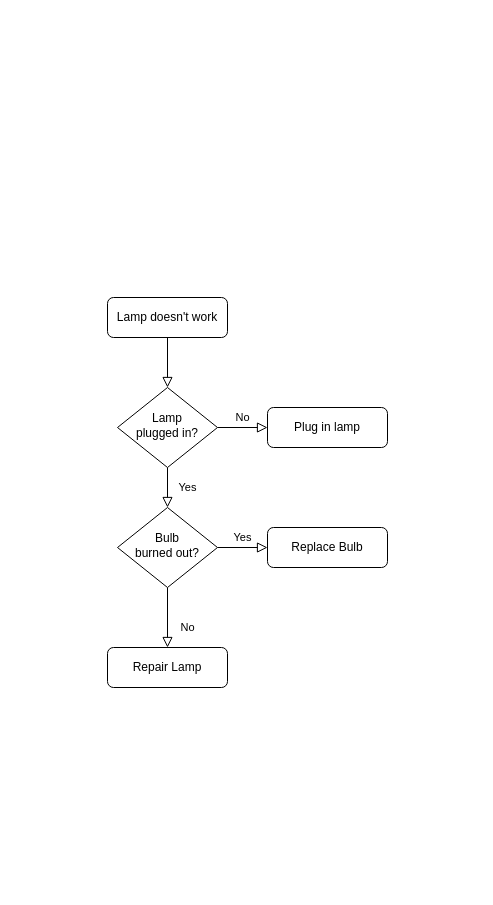
swaleha/FlowCharts keeps this draw.io diagram as hangman.drawio. Above is the earlier version. Source tidied: cells renumbered, new cells numbered last; positions are measured from the earlier drawing's top-left corner, leaving out a move shared by most shapes. Both pictures are drawn from the tidied source at 100%, with x=0, y=0 at pixel (107, 297).
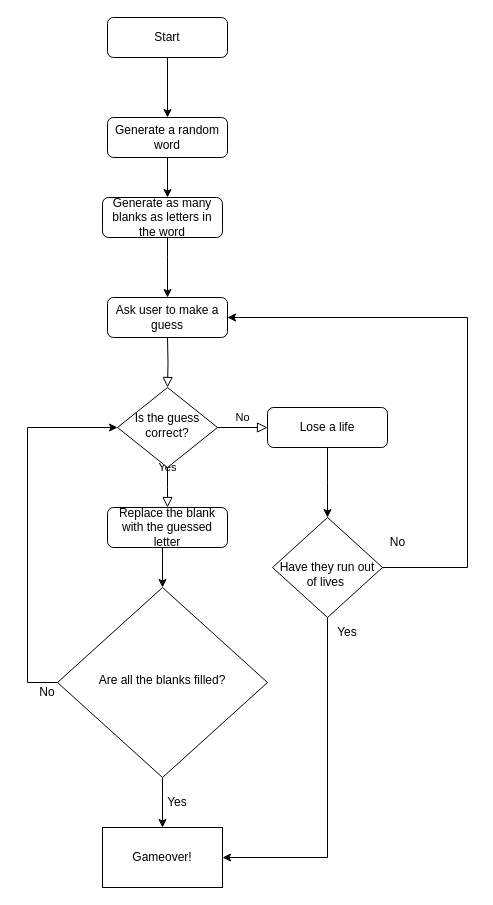
After the change.

Change to the diagram source:
```diff
@@
-    <mxCell id="2" style="rounded=0;html=1;jettySize=auto;fontSize=11;endArrow=block;endFill=0;endSize=8;strokeWidth=1;shadow=0;labelBackgroundColor=none;edgeStyle=orthogonalEdgeStyle;" parent="1" edge="1" source="3" target="6">
-      <mxGeometry relative="1" as="geometry" />
+    <mxCell id="2" style="rounded=0;html=1;jettySize=auto;fontSize=11;endArrow=block;endFill=0;endSize=8;strokeWidth=1;shadow=0;labelBackgroundColor=none;edgeStyle=orthogonalEdgeStyle;" parent="1" edge="1" target="6">
+      <mxGeometry relative="1" as="geometry">
+        <mxPoint x="60" y="40" as="sourcePoint" />
+      </mxGeometry>
     </mxCell>
-    <mxCell id="3" value="Lamp doesn't work" style="rounded=1;whiteSpace=wrap;html=1;fontSize=12;glass=0;strokeWidth=1;shadow=0;" parent="1" vertex="1">
+    <mxCell id="3" value="Ask user to make a guess" style="rounded=1;whiteSpace=wrap;html=1;fontSize=12;glass=0;strokeWidth=1;shadow=0;" parent="1" vertex="1">
       <mxGeometry width="120" height="40" as="geometry" />
     </mxCell>
-    <mxCell id="4" value="Yes" style="rounded=0;html=1;jettySize=auto;fontSize=11;endArrow=block;endFill=0;endSize=8;strokeWidth=1;shadow=0;labelBackgroundColor=none;edgeStyle=orthogonalEdgeStyle;" parent="1" edge="1" source="6" target="10">
-      <mxGeometry y="20" relative="1" as="geometry" />
+    <mxCell id="4" value="Yes" style="rounded=0;html=1;jettySize=auto;fontSize=11;endArrow=block;endFill=0;endSize=8;strokeWidth=1;shadow=0;labelBackgroundColor=none;edgeStyle=orthogonalEdgeStyle;" parent="1" edge="1" source="6">
+      <mxGeometry y="20" relative="1" as="geometry">
+        <mxPoint x="60" y="210" as="targetPoint" />
+      </mxGeometry>
     </mxCell>
@@
-    <mxCell id="6" value="Lamp&lt;br&gt;plugged in?" style="rhombus;whiteSpace=wrap;html=1;shadow=0;fontFamily=Helvetica;fontSize=12;align=center;strokeWidth=1;spacing=6;spacingTop=-4;" parent="1" vertex="1">
+    <mxCell id="6" value="Is the guess correct?" style="rhombus;whiteSpace=wrap;html=1;shadow=0;fontFamily=Helvetica;fontSize=12;align=center;strokeWidth=1;spacing=6;spacingTop=-4;" parent="1" vertex="1">
       <mxGeometry x="10" y="90" width="100" height="80" as="geometry" />
     </mxCell>
+    <mxCell id="13" style="edgeStyle=orthogonalEdgeStyle;rounded=0;jettySize=auto;html=1;" parent="1" edge="1" source="7">
+      <mxGeometry relative="1" as="geometry">
+        <mxPoint x="220" y="220" as="targetPoint" />
+      </mxGeometry>
+    </mxCell>
-    <mxCell id="7" value="Plug in lamp" style="rounded=1;whiteSpace=wrap;html=1;fontSize=12;glass=0;strokeWidth=1;shadow=0;" parent="1" vertex="1">
+    <mxCell id="7" value="Lose a life" style="rounded=1;whiteSpace=wrap;html=1;fontSize=12;glass=0;strokeWidth=1;shadow=0;" parent="1" vertex="1">
       <mxGeometry x="160" y="110" width="120" height="40" as="geometry" />
     </mxCell>
-    <mxCell id="8" value="No" style="rounded=0;html=1;jettySize=auto;fontSize=11;endArrow=block;endFill=0;endSize=8;strokeWidth=1;shadow=0;labelBackgroundColor=none;edgeStyle=orthogonalEdgeStyle;" parent="1" edge="1" source="10" target="11">
-      <mxGeometry x="0.33" y="20" relative="1" as="geometry" />
-    </mxCell>
-    <mxCell id="9" value="Yes" style="edgeStyle=orthogonalEdgeStyle;rounded=0;html=1;jettySize=auto;fontSize=11;endArrow=block;endFill=0;endSize=8;strokeWidth=1;shadow=0;labelBackgroundColor=none;" parent="1" edge="1" source="10" target="12">
-      <mxGeometry y="10" relative="1" as="geometry" />
-    </mxCell>
-    <mxCell id="10" value="Bulb&lt;br&gt;burned out?" style="rhombus;whiteSpace=wrap;html=1;shadow=0;fontFamily=Helvetica;fontSize=12;align=center;strokeWidth=1;spacing=6;spacingTop=-4;" parent="1" vertex="1">
-      <mxGeometry x="10" y="210" width="100" height="80" as="geometry" />
-    </mxCell>
-    <mxCell id="11" value="Repair Lamp" style="rounded=1;whiteSpace=wrap;html=1;fontSize=12;glass=0;strokeWidth=1;shadow=0;" parent="1" vertex="1">
-      <mxGeometry y="350" width="120" height="40" as="geometry" />
-    </mxCell>
+    <mxCell id="14" style="edgeStyle=orthogonalEdgeStyle;rounded=0;jettySize=auto;html=1;entryX=0.5;entryY=0;entryDx=0;entryDy=0;" parent="1" edge="1" source="12" target="17">
+      <mxGeometry relative="1" as="geometry">
+        <Array as="points">
+          <mxPoint x="55" y="260" />
+          <mxPoint x="55" y="260" />
+        </Array>
+      </mxGeometry>
+    </mxCell>
-    <mxCell id="12" value="Replace Bulb" style="rounded=1;whiteSpace=wrap;html=1;fontSize=12;glass=0;strokeWidth=1;shadow=0;" parent="1" vertex="1">
-      <mxGeometry x="160" y="230" width="120" height="40" as="geometry" />
+    <mxCell id="12" value="Replace the blank with the guessed letter" style="rounded=1;whiteSpace=wrap;html=1;fontSize=12;glass=0;strokeWidth=1;shadow=0;" parent="1" vertex="1">
+      <mxGeometry y="210" width="120" height="40" as="geometry" />
     </mxCell>
+    <mxCell id="15" style="edgeStyle=orthogonalEdgeStyle;rounded=0;jettySize=auto;html=1;" parent="1" edge="1" source="17" target="23">
+      <mxGeometry relative="1" as="geometry" />
+    </mxCell>
+    <mxCell id="16" style="edgeStyle=orthogonalEdgeStyle;rounded=0;jettySize=auto;html=1;entryX=0;entryY=0.5;entryDx=0;entryDy=0;" parent="1" edge="1" source="17" target="6">
+      <mxGeometry relative="1" as="geometry">
+        <Array as="points">
+          <mxPoint x="-80" y="385" />
+          <mxPoint x="-80" y="130" />
+        </Array>
+      </mxGeometry>
+    </mxCell>
+    <mxCell id="17" value="Are all the blanks filled?" style="rhombus;whiteSpace=wrap;html=1;shadow=0;fontFamily=Helvetica;fontSize=12;align=center;strokeWidth=1;spacing=6;spacingTop=-4;" parent="1" vertex="1">
+      <mxGeometry x="-50" y="290" width="210" height="190" as="geometry" />
+    </mxCell>
+    <mxCell id="18" style="edgeStyle=orthogonalEdgeStyle;rounded=0;jettySize=auto;html=1;entryX=1;entryY=0.5;entryDx=0;entryDy=0;" parent="1" edge="1" source="20" target="23">
+      <mxGeometry relative="1" as="geometry">
+        <Array as="points">
+          <mxPoint x="220" y="560" />
+        </Array>
+      </mxGeometry>
+    </mxCell>
+    <mxCell id="19" style="edgeStyle=orthogonalEdgeStyle;rounded=0;jettySize=auto;html=1;entryX=1;entryY=0.5;entryDx=0;entryDy=0;" parent="1" edge="1" source="20" target="3">
+      <mxGeometry relative="1" as="geometry">
+        <Array as="points">
+          <mxPoint x="360" y="270" />
+          <mxPoint x="360" y="20" />
+        </Array>
+      </mxGeometry>
+    </mxCell>
+    <mxCell id="20" value="&lt;br&gt;Have they run out of lives&amp;nbsp;" style="rhombus;whiteSpace=wrap;html=1;" parent="1" vertex="1">
+      <mxGeometry x="165" y="220" width="110" height="100" as="geometry" />
+    </mxCell>
+    <mxCell id="21" value="No" style="text;html=1;align=center;verticalAlign=middle;strokeColor=none;fillColor=none;" parent="1" vertex="1">
+      <mxGeometry x="270" y="230" width="40" height="30" as="geometry" />
+    </mxCell>
+    <mxCell id="22" value="Yes" style="text;html=1;strokeColor=none;fillColor=none;align=center;verticalAlign=middle;whiteSpace=wrap;rounded=0;" parent="1" vertex="1">
+      <mxGeometry x="210" y="320" width="60" height="30" as="geometry" />
+    </mxCell>
+    <mxCell id="23" value="Gameover!" style="rounded=0;whiteSpace=wrap;html=1;" parent="1" vertex="1">
+      <mxGeometry x="-5" y="530" width="120" height="60" as="geometry" />
+    </mxCell>
+    <mxCell id="24" value="No" style="text;html=1;strokeColor=none;fillColor=none;align=center;verticalAlign=middle;whiteSpace=wrap;rounded=0;" parent="1" vertex="1">
+      <mxGeometry x="-90" y="380" width="60" height="30" as="geometry" />
+    </mxCell>
+    <mxCell id="25" value="Yes" style="text;html=1;strokeColor=none;fillColor=none;align=center;verticalAlign=middle;whiteSpace=wrap;rounded=0;" parent="1" vertex="1">
+      <mxGeometry x="40" y="490" width="60" height="30" as="geometry" />
+    </mxCell>
+    <mxCell id="26" value="Generate a random word" style="rounded=1;whiteSpace=wrap;html=1;fontSize=12;glass=0;strokeWidth=1;shadow=0;" parent="1" vertex="1">
+      <mxGeometry y="-180" width="120" height="40" as="geometry" />
+    </mxCell>
+    <mxCell id="27" style="edgeStyle=orthogonalEdgeStyle;rounded=0;jettySize=auto;html=1;" parent="1" edge="1" source="28" target="3">
+      <mxGeometry relative="1" as="geometry">
+        <Array as="points">
+          <mxPoint x="60" y="-40" />
+          <mxPoint x="60" y="-40" />
+        </Array>
+      </mxGeometry>
+    </mxCell>
+    <mxCell id="28" value="Generate as many blanks as letters in the word" style="rounded=1;whiteSpace=wrap;html=1;fontSize=12;glass=0;strokeWidth=1;shadow=0;" parent="1" vertex="1">
+      <mxGeometry x="-5" y="-100" width="120" height="40" as="geometry" />
+    </mxCell>
+    <mxCell id="29" style="edgeStyle=orthogonalEdgeStyle;rounded=0;jettySize=auto;html=1;" parent="1" edge="1" source="30" target="26">
+      <mxGeometry relative="1" as="geometry" />
+    </mxCell>
+    <mxCell id="30" value="Start" style="rounded=1;whiteSpace=wrap;html=1;fontSize=12;glass=0;strokeWidth=1;shadow=0;" parent="1" vertex="1">
+      <mxGeometry y="-280" width="120" height="40" as="geometry" />
+    </mxCell>
+    <mxCell id="31" style="endArrow=classic;html=1;rounded=0;" parent="1" edge="1">
+      <mxGeometry relative="1" as="geometry">
+        <mxPoint x="60" y="-140" as="sourcePoint" />
+        <mxPoint x="60" y="-100" as="targetPoint" />
+      </mxGeometry>
+    </mxCell>
```
